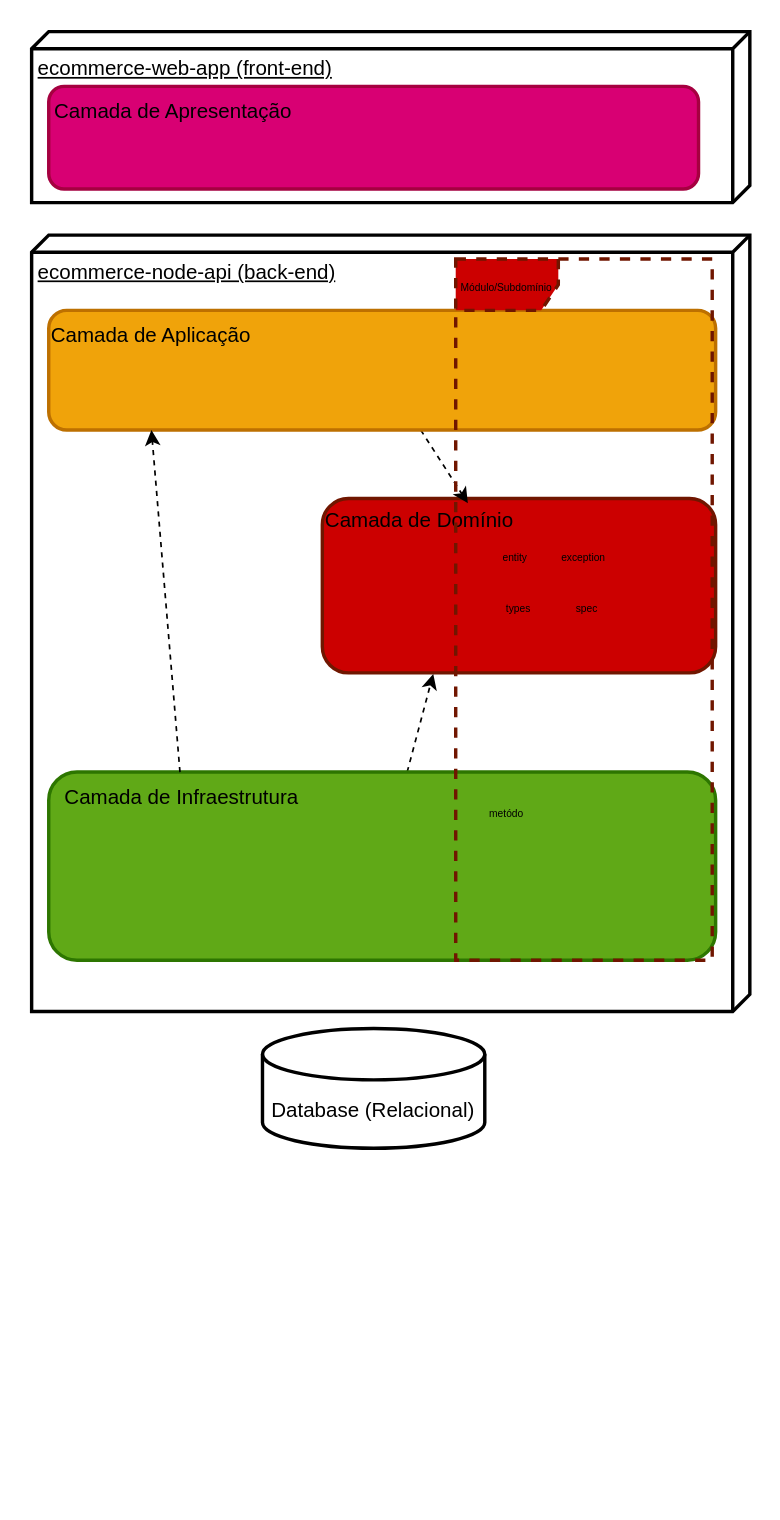
raissiafreitas/ecommerce-node-api keeps this draw.io diagram as requirements/ecommerce-arquitetura.drawio. Above is the earlier version. Source tidied: cells renumbered, new cells numbered last; positions are measured from the earlier drawing's top-left corner, leaving out a move shared by most shapes. Both pictures are drawn from the tidied source at 171%, with x=0, y=0 at pixel (31, 31).
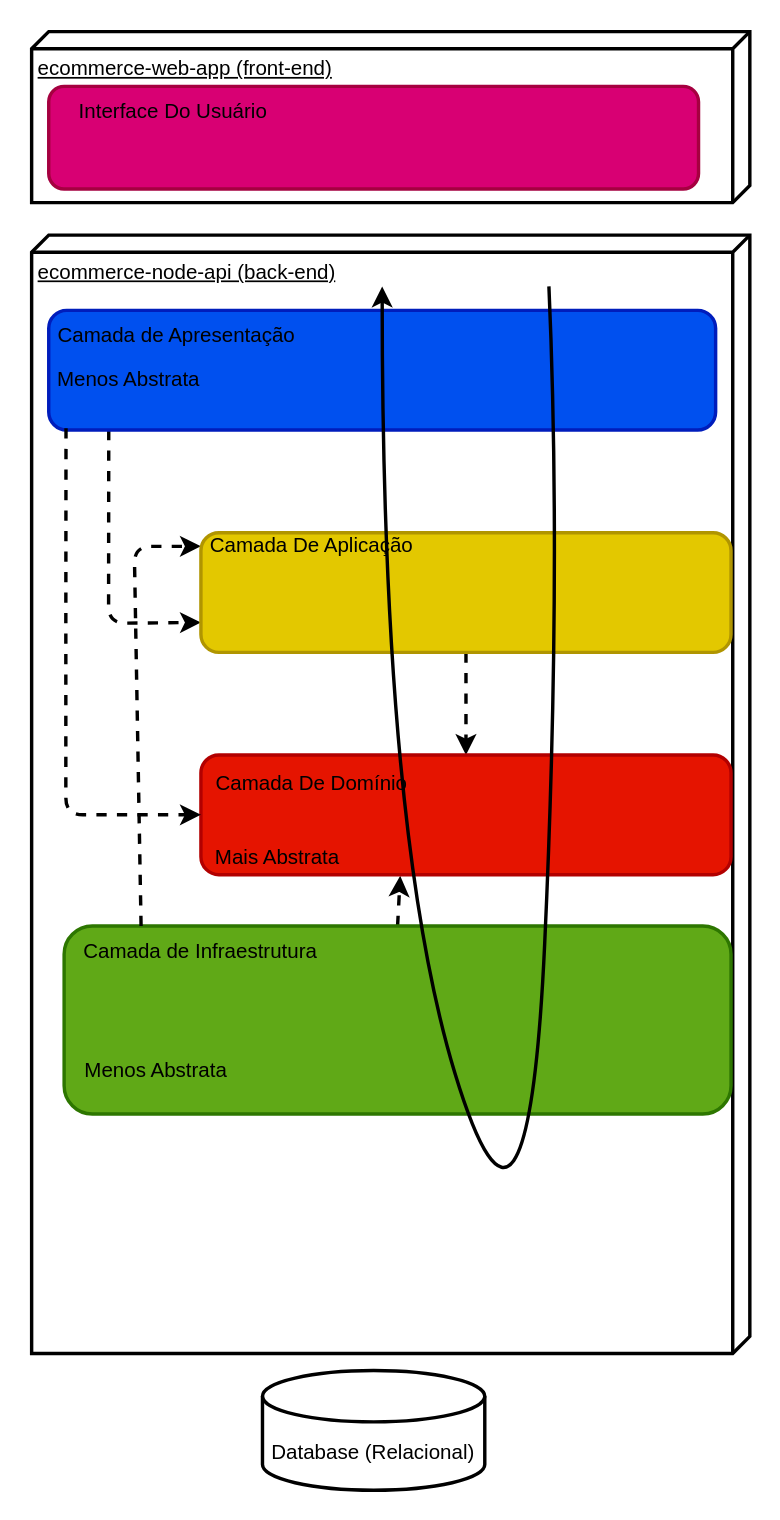
After the change.

Diff of the diagram source:
```diff
@@
     <mxCell id="2" value="ecommerce-node-api (back-end)" style="verticalAlign=top;align=left;spacingTop=8;spacingLeft=2;spacingRight=12;shape=cube;size=10;direction=south;fontStyle=4;html=1;strokeWidth=2;" parent="1" vertex="1">
-      <mxGeometry y="119" width="420" height="454" as="geometry" />
+      <mxGeometry y="119" width="420" height="654" as="geometry" />
     </mxCell>
@@
     <mxCell id="4" value="Database (Relacional)" style="shape=cylinder3;whiteSpace=wrap;html=1;boundedLbl=1;backgroundOutline=1;size=15;strokeWidth=2;" parent="1" vertex="1">
-      <mxGeometry x="135" y="583" width="130" height="70" as="geometry" />
+      <mxGeometry x="135" y="783" width="130" height="70" as="geometry" />
     </mxCell>
-    <mxCell id="5" style="rounded=1;whiteSpace=wrap;html=1;strokeWidth=2;fillColor=#CC0000;fontColor=#ffffff;strokeColor=#701600;" parent="1" vertex="1">
-      <mxGeometry x="170" y="273" width="230" height="102" as="geometry" />
-    </mxCell>
-    <mxCell id="6" style="edgeStyle=none;html=1;entryX=0.37;entryY=0.027;entryDx=0;entryDy=0;entryPerimeter=0;dashed=1;" parent="1" edge="1" source="7" target="5">
-      <mxGeometry relative="1" as="geometry" />
-    </mxCell>
+    <mxCell id="22" style="edgeStyle=none;html=1;exitX=0.09;exitY=1;exitDx=0;exitDy=0;exitPerimeter=0;entryX=0;entryY=0.75;entryDx=0;entryDy=0;dashed=1;strokeWidth=2;" parent="1" edge="1" source="7" target="26">
+      <mxGeometry relative="1" as="geometry">
+        <Array as="points">
+          <mxPoint x="45" y="346" />
+        </Array>
+      </mxGeometry>
+    </mxCell>
-    <mxCell id="7" style="rounded=1;whiteSpace=wrap;html=1;strokeWidth=2;fillColor=#f0a30a;fontColor=#000000;strokeColor=#BD7000;" parent="1" vertex="1">
+    <mxCell id="7" style="rounded=1;whiteSpace=wrap;html=1;strokeWidth=2;fillColor=#0050ef;fontColor=#ffffff;strokeColor=#001DBC;points=[[0,0,0,0,0],[0,0.26,0,0,0],[0,0.5,0,0,0],[0,0.74,0,0,0],[0.01,0.96,0,0,0],[0.08,1,0,0,0],[0.09,0,0,0,0],[0.25,0,0,0,0],[0.5,0,0,0,0],[0.75,0,0,0,0],[0.75,1,0,0,0],[1,0,0,0,0],[1,0.26,0,0,0],[1,0.5,0,0,0],[1,0.76,0,0,0],[1,1,0,0,0]];" parent="1" vertex="1">
       <mxGeometry x="10" y="163" width="390" height="70" as="geometry" />
     </mxCell>
-    <mxCell id="8" style="edgeStyle=none;html=1;entryX=0.282;entryY=1.006;entryDx=0;entryDy=0;entryPerimeter=0;dashed=1;" parent="1" edge="1" source="9" target="5">
-      <mxGeometry relative="1" as="geometry" />
-    </mxCell>
+    <mxCell id="23" style="edgeStyle=none;html=1;exitX=0.5;exitY=0;exitDx=0;exitDy=0;exitPerimeter=0;entryX=0.376;entryY=1.01;entryDx=0;entryDy=0;entryPerimeter=0;dashed=1;strokeWidth=2;" parent="1" edge="1" source="9" target="28">
+      <mxGeometry relative="1" as="geometry" />
+    </mxCell>
-    <mxCell id="9" style="rounded=1;whiteSpace=wrap;html=1;strokeWidth=2;fillColor=#60a917;fontColor=#ffffff;strokeColor=#2D7600;" parent="1" vertex="1">
-      <mxGeometry x="10" y="433" width="390" height="110" as="geometry" />
+    <mxCell id="9" style="rounded=1;whiteSpace=wrap;html=1;strokeWidth=2;fillColor=#60a917;fontColor=#ffffff;strokeColor=#2D7600;points=[[0,0,0,0,0],[0,0.25,0,0,0],[0,0.5,0,0,0],[0,0.75,0,0,0],[0,1,0,0,0],[0.04,0,0,0,-3],[0.25,1,0,0,0],[0.5,0,0,0,0],[0.5,1,0,0,0],[0.75,0,0,0,0],[0.75,1,0,0,0],[1,0,0,0,0],[1,0.25,0,0,0],[1,0.5,0,0,0],[1,0.75,0,0,0],[1,1,0,0,0]];" parent="1" vertex="1">
+      <mxGeometry x="19" y="523" width="390" height="110" as="geometry" />
     </mxCell>
@@
-    <mxCell id="11" value="Camada de Apresentação&lt;br&gt;" style="text;html=1;strokeColor=none;fillColor=none;align=center;verticalAlign=middle;whiteSpace=wrap;rounded=0;strokeWidth=2;" parent="1" vertex="1">
+    <mxCell id="11" value="Interface Do Usuário" style="text;html=1;strokeColor=none;fillColor=none;align=center;verticalAlign=middle;whiteSpace=wrap;rounded=0;strokeWidth=2;" parent="1" vertex="1">
       <mxGeometry x="8" y="32" width="150" height="30" as="geometry" />
     </mxCell>
-    <mxCell id="12" value="Camada de Aplicação" style="text;html=1;strokeColor=none;fillColor=none;align=center;verticalAlign=middle;whiteSpace=wrap;rounded=0;strokeWidth=2;" parent="1" vertex="1">
-      <mxGeometry x="10" y="163" width="120" height="30" as="geometry" />
+    <mxCell id="12" value="Camada de Apresentação" style="text;html=1;strokeColor=none;fillColor=none;align=center;verticalAlign=middle;whiteSpace=wrap;rounded=0;strokeWidth=2;" parent="1" vertex="1">
+      <mxGeometry x="10" y="163" width="150" height="30" as="geometry" />
     </mxCell>
-    <mxCell id="13" value="Camada de Domínio" style="text;html=1;strokeColor=none;fillColor=none;align=center;verticalAlign=middle;whiteSpace=wrap;rounded=0;strokeWidth=2;" parent="1" vertex="1">
-      <mxGeometry x="167" y="271" width="120" height="30" as="geometry" />
-    </mxCell>
-    <mxCell id="14" style="edgeStyle=none;html=1;entryX=0.154;entryY=1;entryDx=0;entryDy=0;entryPerimeter=0;dashed=1;" parent="1" edge="1" source="15" target="7">
-      <mxGeometry relative="1" as="geometry" />
-    </mxCell>
+    <mxCell id="24" style="edgeStyle=none;html=1;exitX=0.25;exitY=0;exitDx=0;exitDy=0;entryX=0;entryY=0.5;entryDx=0;entryDy=0;dashed=1;strokeWidth=2;" parent="1" edge="1" source="15" target="27">
+      <mxGeometry relative="1" as="geometry">
+        <Array as="points">
+          <mxPoint x="60" y="301" />
+        </Array>
+      </mxGeometry>
+    </mxCell>
     <mxCell id="15" value="Camada de Infraestrutura" style="text;html=1;strokeColor=none;fillColor=none;align=center;verticalAlign=middle;whiteSpace=wrap;rounded=0;strokeWidth=2;" parent="1" vertex="1">
-      <mxGeometry x="18" y="433" width="140" height="30" as="geometry" />
+      <mxGeometry x="29" y="523" width="140" height="30" as="geometry" />
     </mxCell>
-    <mxCell id="16" value="&lt;font style=&quot;font-size: 6px;&quot;&gt;Módulo/Subdomínio&lt;/font&gt;" style="shape=umlFrame;whiteSpace=wrap;html=1;strokeColor=#701600;strokeWidth=2;fillColor=#CC0000;dashed=1;" parent="1" vertex="1">
-      <mxGeometry x="248" y="133" width="150" height="410" as="geometry" />
-    </mxCell>
-    <mxCell id="17" value="entity" style="text;html=1;strokeColor=none;fillColor=none;align=center;verticalAlign=middle;whiteSpace=wrap;rounded=0;dashed=1;strokeWidth=2;fontSize=6;" parent="1" vertex="1">
-      <mxGeometry x="253" y="293" width="60" height="30" as="geometry" />
-    </mxCell>
-    <mxCell id="18" value="exception" style="text;html=1;strokeColor=none;fillColor=none;align=center;verticalAlign=middle;whiteSpace=wrap;rounded=0;dashed=1;strokeWidth=2;fontSize=6;" parent="1" vertex="1">
-      <mxGeometry x="293" y="293" width="60" height="30" as="geometry" />
-    </mxCell>
-    <mxCell id="19" value="types" style="text;html=1;strokeColor=none;fillColor=none;align=center;verticalAlign=middle;whiteSpace=wrap;rounded=0;dashed=1;strokeWidth=2;fontSize=6;" parent="1" vertex="1">
-      <mxGeometry x="255" y="323" width="60" height="30" as="geometry" />
-    </mxCell>
-    <mxCell id="20" value="spec" style="text;html=1;align=center;verticalAlign=middle;whiteSpace=wrap;rounded=0;dashed=1;strokeWidth=2;fontSize=6;dashPattern=8 8;" parent="1" vertex="1">
-      <mxGeometry x="300" y="323" width="50" height="30" as="geometry" />
-    </mxCell>
-    <mxCell id="21" value="metódo" style="text;html=1;strokeColor=none;fillColor=none;align=center;verticalAlign=middle;whiteSpace=wrap;rounded=0;dashed=1;strokeWidth=2;fontSize=6;" parent="1" vertex="1">
-      <mxGeometry x="248" y="443" width="60" height="30" as="geometry" />
-    </mxCell>
+    <mxCell id="25" style="edgeStyle=none;html=1;dashed=1;strokeWidth=2;entryX=0.5;entryY=0;entryDx=0;entryDy=0;" parent="1" edge="1" source="26" target="28">
+      <mxGeometry relative="1" as="geometry" />
+    </mxCell>
+    <mxCell id="26" style="rounded=1;whiteSpace=wrap;html=1;strokeWidth=2;fillColor=#e3c800;fontColor=#000000;strokeColor=#B09500;" parent="1" vertex="1">
+      <mxGeometry x="99" y="293" width="310" height="70" as="geometry" />
+    </mxCell>
+    <mxCell id="27" value="Camada De Aplicação" style="text;html=1;strokeColor=none;fillColor=none;align=center;verticalAlign=middle;whiteSpace=wrap;rounded=0;" parent="1" vertex="1">
+      <mxGeometry x="99" y="286" width="130" height="30" as="geometry" />
+    </mxCell>
+    <mxCell id="28" style="rounded=1;whiteSpace=wrap;html=1;strokeWidth=2;fillColor=#e51400;fontColor=#ffffff;strokeColor=#B20000;" parent="1" vertex="1">
+      <mxGeometry x="99" y="423" width="310" height="70" as="geometry" />
+    </mxCell>
+    <mxCell id="29" value="Camada De Domínio" style="text;html=1;strokeColor=none;fillColor=none;align=center;verticalAlign=middle;whiteSpace=wrap;rounded=0;" parent="1" vertex="1">
+      <mxGeometry x="105" y="425" width="118" height="30" as="geometry" />
+    </mxCell>
+    <mxCell id="30" value="Mais Abstrata" style="text;html=1;strokeColor=none;fillColor=none;align=center;verticalAlign=middle;whiteSpace=wrap;rounded=0;" parent="1" vertex="1">
+      <mxGeometry x="106" y="468" width="76" height="30" as="geometry" />
+    </mxCell>
+    <mxCell id="31" value="Menos Abstrata" style="text;html=1;strokeColor=none;fillColor=none;align=center;verticalAlign=middle;whiteSpace=wrap;rounded=0;" parent="1" vertex="1">
+      <mxGeometry x="28" y="593" width="90" height="30" as="geometry" />
+    </mxCell>
+    <mxCell id="32" value="Menos Abstrata" style="text;html=1;strokeColor=none;fillColor=none;align=center;verticalAlign=middle;whiteSpace=wrap;rounded=0;" parent="1" vertex="1">
+      <mxGeometry x="12" y="189" width="90" height="30" as="geometry" />
+    </mxCell>
+    <mxCell id="33" style="curved=1;endArrow=classic;html=1;strokeWidth=2;exitX=0.75;exitY=0;exitDx=0;exitDy=0;exitPerimeter=0;entryX=0.5;entryY=0;entryDx=0;entryDy=0;entryPerimeter=0;" parent="1" edge="1">
+      <mxGeometry relative="1" as="geometry">
+        <mxPoint x="302.5" y="149" as="sourcePoint" />
+        <mxPoint x="205" y="149" as="targetPoint" />
+        <Array as="points">
+          <mxPoint x="310" y="319" />
+          <mxPoint x="290" y="749" />
+          <mxPoint x="205" y="469" />
+        </Array>
+      </mxGeometry>
+    </mxCell>
+    <mxCell id="34" style="edgeStyle=none;html=1;exitX=0.09;exitY=1;exitDx=0;exitDy=0;exitPerimeter=0;entryX=0;entryY=0.5;entryDx=0;entryDy=0;dashed=1;strokeWidth=2;" parent="1" edge="1" target="28">
+      <mxGeometry relative="1" as="geometry">
+        <mxPoint x="20.1" y="232" as="sourcePoint" />
+        <Array as="points">
+          <mxPoint x="20" y="345" />
+          <mxPoint x="20" y="458" />
+        </Array>
+      </mxGeometry>
+    </mxCell>
```
